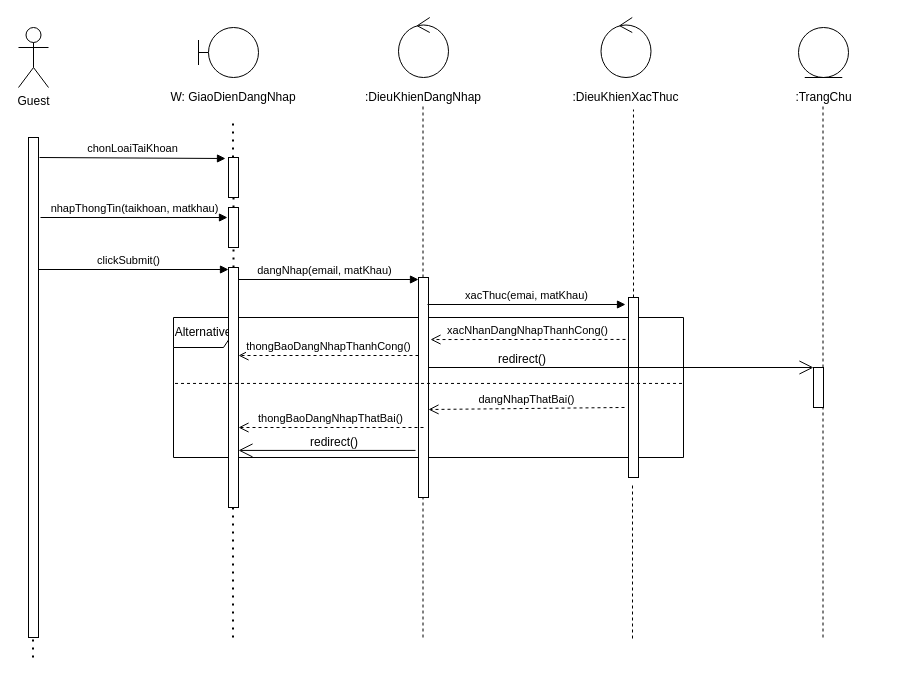
The draw.io diagram loginSequenceDiagram.drawio in hoangminh15/PTTKHT, before the edit. Source tidied: cells renumbered, new cells numbered last; positions are measured from the earlier drawing's top-left corner, leaving out a move shared by most shapes. Both pictures are drawn from the tidied source at 100%, with x=0, y=0 at pixel (18, 17).
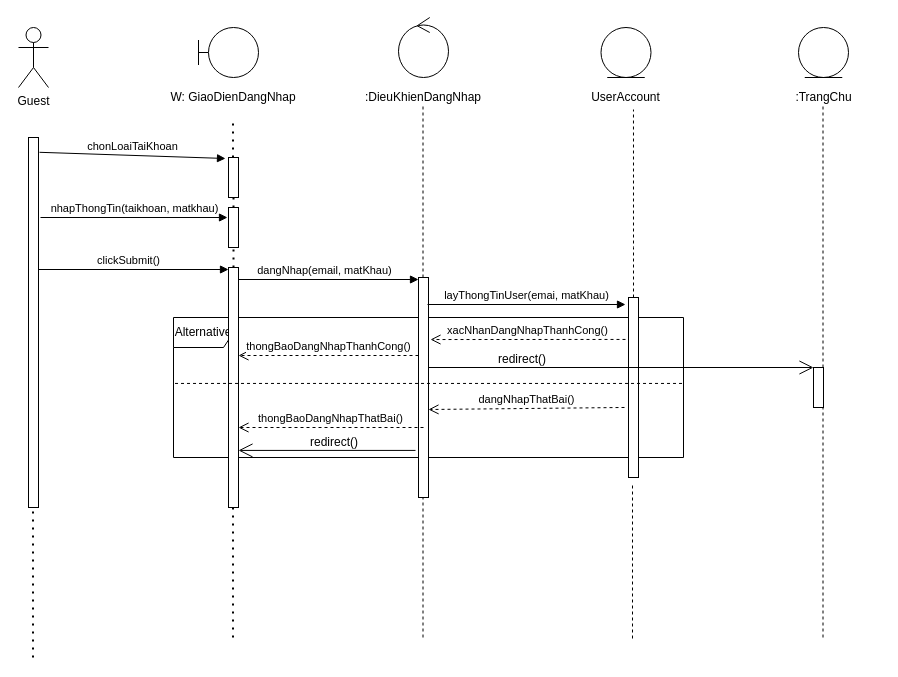
The same page after the edit.

Diff of the diagram source:
```diff
@@
-    <mxCell id="7" style="ellipse;shape=umlControl;whiteSpace=wrap;html=1;" parent="1" vertex="1">
-      <mxGeometry x="582.5" width="50" height="60" as="geometry" />
-    </mxCell>
@@
-    <mxCell id="12" value=":DieuKhienXacThuc" style="text;html=1;strokeColor=none;fillColor=none;align=center;verticalAlign=middle;whiteSpace=wrap;rounded=0;" parent="1" vertex="1">
+    <mxCell id="12" value="UserAccount" style="text;html=1;strokeColor=none;fillColor=none;align=center;verticalAlign=middle;whiteSpace=wrap;rounded=0;" parent="1" vertex="1">
       <mxGeometry x="550" y="70" width="115" height="20" as="geometry" />
     </mxCell>
@@
     <mxCell id="15" style="html=1;points=[];perimeter=orthogonalPerimeter;" parent="1" vertex="1">
-      <mxGeometry x="10" y="120" width="10" height="500" as="geometry" />
+      <mxGeometry x="10" y="120" width="10" height="370" as="geometry" />
     </mxCell>
@@
-    <mxCell id="31" value="xacThuc(emai, matKhau)" style="html=1;verticalAlign=bottom;endArrow=block;" parent="1" edge="1">
+    <mxCell id="31" value="layThongTinUser(emai, matKhau)" style="html=1;verticalAlign=bottom;endArrow=block;" parent="1" edge="1">
       <mxGeometry relative="1" as="geometry">
         <mxPoint x="409" y="287" as="sourcePoint" />
         <mxPoint x="607" y="287" as="targetPoint" />
       </mxGeometry>
     </mxCell>
@@
+    <mxCell id="44" style="ellipse;shape=umlEntity;whiteSpace=wrap;html=1;" parent="1" vertex="1">
+      <mxGeometry x="582.5" y="10" width="50" height="50" as="geometry" />
+    </mxCell>
```
